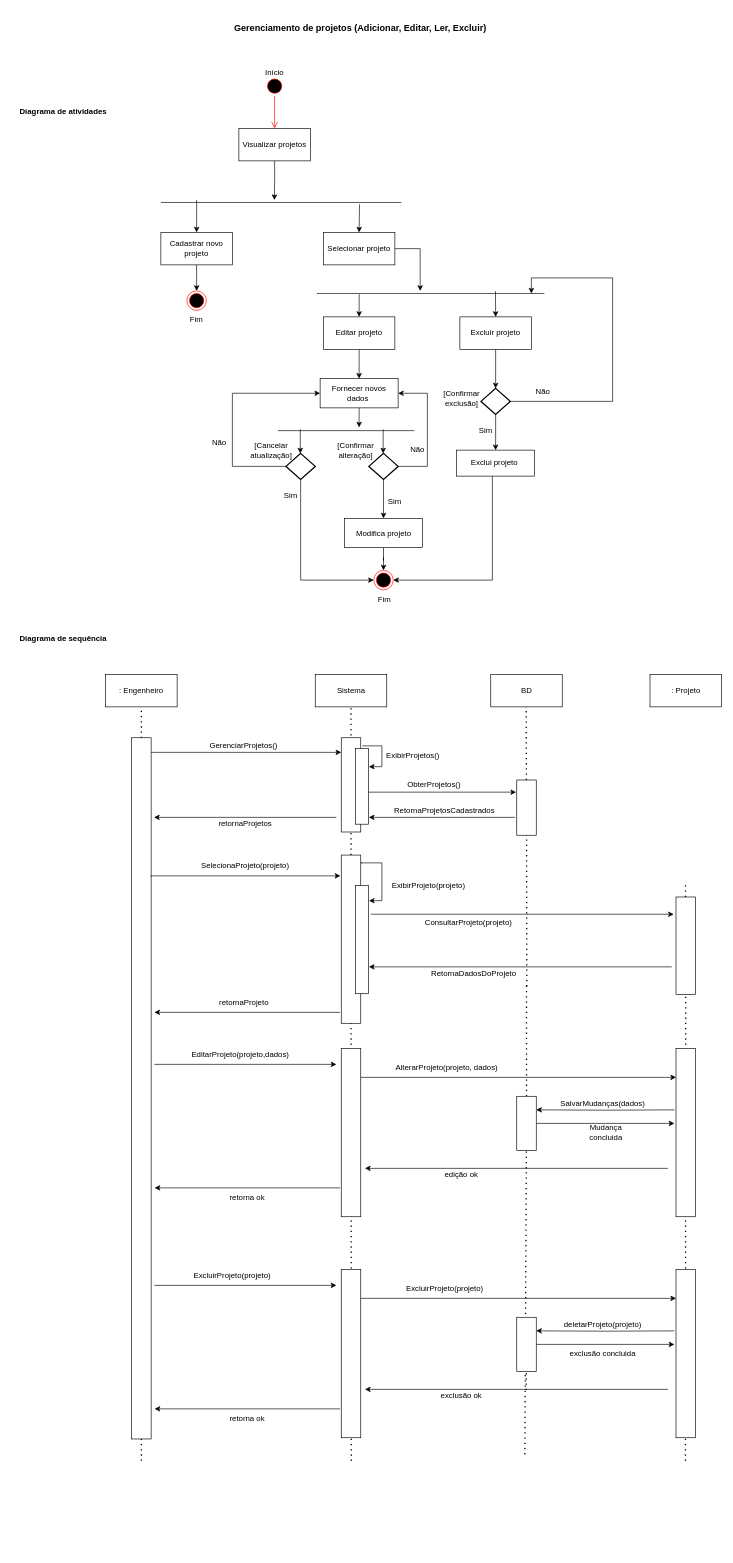
nickellen/faculdade keeps this draw.io diagram as eng_software/Diagrama sem nome.drawio. Above is the earlier version. Source tidied: cells renumbered, new cells numbered last; positions are measured from the earlier drawing's top-left corner, leaving out a move shared by most shapes. Both pictures are drawn from the tidied source at 65%, with x=0, y=0 at pixel (-209, 11).
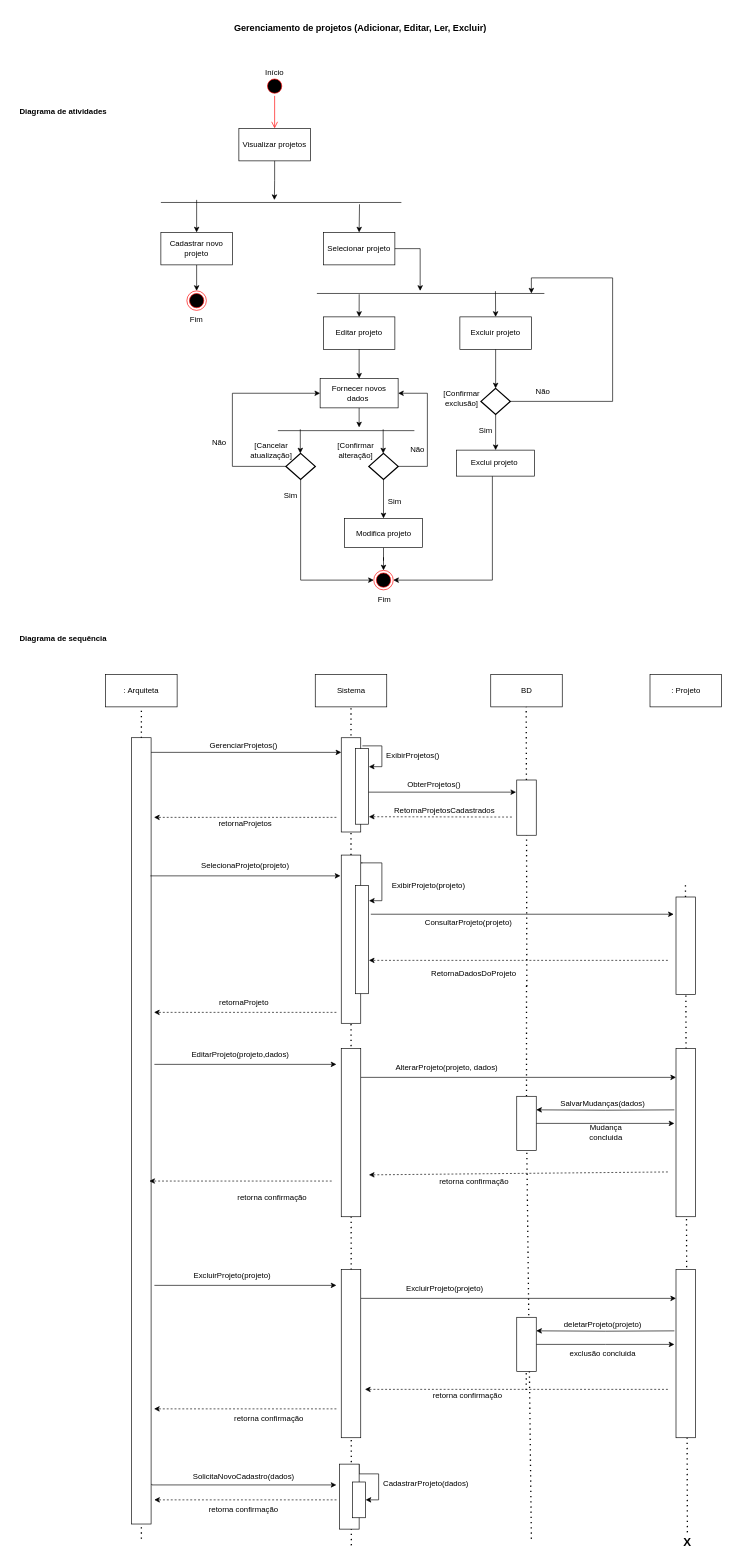
The same page after the edit.

The change refers to these unchanged cells:
```xml
<mxCell id="80" style="rounded=0;whiteSpace=wrap;html=1;rotation=90;" parent="1" vertex="1">
  <mxGeometry x="1301.5" y="1422.5" width="150" height="30" as="geometry" />
</mxCell>
<mxCell id="88" style="rounded=0;whiteSpace=wrap;html=1;rotation=90;" parent="1" vertex="1">
  <mxGeometry x="732.1" y="1412.4" width="258.8" height="30" as="geometry" />
</mxCell>
<mxCell id="103" style="rounded=0;whiteSpace=wrap;html=1;rotation=90;" parent="1" vertex="1">
  <mxGeometry x="1089.8" y="1695.8" width="83.4" height="30" as="geometry" />
</mxCell>
```

The edit, as a diff of the source:
```diff
@@
-    <mxCell id="55" value=": Engenheiro" style="html=1;whiteSpace=wrap;" parent="1" vertex="1">
+    <mxCell id="55" value=": Arquiteta" style="html=1;whiteSpace=wrap;" parent="1" vertex="1">
       <mxGeometry x="484" y="1020" width="110" height="50" as="geometry" />
     </mxCell>
@@
     <mxCell id="58" style="endArrow=none;dashed=1;html=1;dashPattern=1 3;strokeWidth=2;rounded=0;entryX=0.5;entryY=1;entryDx=0;entryDy=0;" parent="1" edge="1" target="55">
       <mxGeometry relative="1" as="geometry">
-        <mxPoint x="539" y="2230" as="sourcePoint" />
+        <mxPoint x="539" y="2350" as="sourcePoint" />
       </mxGeometry>
     </mxCell>
@@
+    <mxCell id="127" style="edgeStyle=orthogonalEdgeStyle;rounded=0;jettySize=auto;html=1;exitX=0.949;exitY=-0.032;exitDx=0;exitDy=0;exitPerimeter=0;" parent="1" edge="1" source="61">
+      <mxGeometry relative="1" as="geometry">
+        <mxPoint x="839" y="2267" as="targetPoint" />
+        <Array as="points">
+          <mxPoint x="554" y="2267" />
+        </Array>
+      </mxGeometry>
+    </mxCell>
     <mxCell id="61" style="rounded=0;whiteSpace=wrap;html=1;rotation=90;" parent="1" vertex="1">
-      <mxGeometry x="-0.4" y="1641.9" width="1078.8" height="30" as="geometry" />
+      <mxGeometry x="-65.9" y="1707.3" width="1209.7" height="30" as="geometry" />
     </mxCell>
@@
-    <mxCell id="72" style="endArrow=classic;html=1;rounded=0;" parent="1" edge="1">
-      <mxGeometry relative="1" as="geometry">
-        <mxPoint x="1114" y="1240" as="sourcePoint" />
-        <mxPoint x="889" y="1240" as="targetPoint" />
-      </mxGeometry>
-    </mxCell>
@@
-    <mxCell id="75" style="endArrow=classic;html=1;rounded=0;" parent="1" edge="1">
+    <mxCell id="75" style="endArrow=classic;dashed=1;html=1;rounded=0;labelBackgroundColor=default;strokeColor=default;align=center;verticalAlign=middle;fontFamily=Helvetica;fontSize=11;fontColor=default;" parent="1" edge="1">
       <mxGeometry relative="1" as="geometry">
         <mxPoint x="839" y="1240" as="sourcePoint" />
         <mxPoint x="558.5" y="1240" as="targetPoint" />
       </mxGeometry>
     </mxCell>
@@
     <mxCell id="79" style="endArrow=none;dashed=1;html=1;dashPattern=1 3;strokeWidth=2;rounded=0;" parent="1" edge="1" target="80">
       <mxGeometry relative="1" as="geometry">
-        <mxPoint x="1376" y="2230" as="sourcePoint" />
+        <mxPoint x="1379" y="2340" as="sourcePoint" />
       </mxGeometry>
     </mxCell>
@@
-    <mxCell id="82" style="endArrow=classic;html=1;rounded=0;" parent="1" edge="1">
-      <mxGeometry relative="1" as="geometry">
-        <mxPoint x="1355" y="1470" as="sourcePoint" />
-        <mxPoint x="889" y="1470" as="targetPoint" />
-      </mxGeometry>
-    </mxCell>
@@
-    <mxCell id="84" style="endArrow=classic;html=1;rounded=0;" parent="1" edge="1">
-      <mxGeometry relative="1" as="geometry">
-        <mxPoint x="844.5" y="1540" as="sourcePoint" />
-        <mxPoint x="559" y="1540" as="targetPoint" />
-      </mxGeometry>
-    </mxCell>
@@
     <mxCell id="87" style="endArrow=none;dashed=1;html=1;dashPattern=1 3;strokeWidth=2;rounded=0;" parent="1" edge="1" target="88">
       <mxGeometry relative="1" as="geometry">
-        <mxPoint x="862" y="2230" as="sourcePoint" />
+        <mxPoint x="862" y="2360" as="sourcePoint" />
       </mxGeometry>
     </mxCell>
@@
     <mxCell id="101" style="endArrow=none;dashed=1;html=1;dashPattern=1 3;strokeWidth=2;rounded=0;" parent="1" edge="1" target="103">
       <mxGeometry relative="1" as="geometry">
-        <mxPoint x="1129" y="2220" as="sourcePoint" />
+        <mxPoint x="1139" y="2350" as="sourcePoint" />
       </mxGeometry>
     </mxCell>
@@
-    <mxCell id="107" style="endArrow=classic;html=1;rounded=0;" parent="1" edge="1">
-      <mxGeometry relative="1" as="geometry">
-        <mxPoint x="1349" y="1780" as="sourcePoint" />
-        <mxPoint x="883" y="1780" as="targetPoint" />
-      </mxGeometry>
-    </mxCell>
-    <mxCell id="108" value="edição ok" style="text;html=1;strokeColor=none;fillColor=none;align=center;verticalAlign=middle;whiteSpace=wrap;rounded=0;" parent="1" vertex="1">
-      <mxGeometry x="983" y="1780" width="97" height="20" as="geometry" />
+    <mxCell id="108" value="retorna confirmação" style="text;html=1;strokeColor=none;fillColor=none;align=center;verticalAlign=middle;whiteSpace=wrap;rounded=0;" parent="1" vertex="1">
+      <mxGeometry x="982.5" y="1790" width="136" height="20" as="geometry" />
     </mxCell>
-    <mxCell id="109" style="endArrow=classic;html=1;rounded=0;" parent="1" edge="1">
-      <mxGeometry relative="1" as="geometry">
-        <mxPoint x="844.9" y="1810" as="sourcePoint" />
-        <mxPoint x="559.4" y="1810" as="targetPoint" />
-      </mxGeometry>
-    </mxCell>
-    <mxCell id="110" value="retorna ok" style="text;html=1;strokeColor=none;fillColor=none;align=center;verticalAlign=middle;whiteSpace=wrap;rounded=0;" parent="1" vertex="1">
-      <mxGeometry x="672.1" y="1810" width="60" height="30" as="geometry" />
+    <mxCell id="110" value="retorna confirmação" style="text;html=1;strokeColor=none;fillColor=none;align=center;verticalAlign=middle;whiteSpace=wrap;rounded=0;" parent="1" vertex="1">
+      <mxGeometry x="672.1" y="1810" width="136.9" height="30" as="geometry" />
     </mxCell>
@@
-    <mxCell id="122" style="endArrow=classic;html=1;rounded=0;" parent="1" edge="1">
-      <mxGeometry relative="1" as="geometry">
-        <mxPoint x="1349" y="2120" as="sourcePoint" />
-        <mxPoint x="883" y="2120" as="targetPoint" />
-      </mxGeometry>
-    </mxCell>
-    <mxCell id="123" value="exclusão ok" style="text;html=1;strokeColor=none;fillColor=none;align=center;verticalAlign=middle;whiteSpace=wrap;rounded=0;" parent="1" vertex="1">
-      <mxGeometry x="983" y="2120" width="97" height="20" as="geometry" />
+    <mxCell id="123" value="retorna confirmação" style="text;html=1;strokeColor=none;fillColor=none;align=center;verticalAlign=middle;whiteSpace=wrap;rounded=0;" parent="1" vertex="1">
+      <mxGeometry x="983" y="2120" width="116" height="20" as="geometry" />
     </mxCell>
-    <mxCell id="124" style="endArrow=classic;html=1;rounded=0;" parent="1" edge="1">
-      <mxGeometry relative="1" as="geometry">
-        <mxPoint x="844.9" y="2150" as="sourcePoint" />
-        <mxPoint x="559.4" y="2150" as="targetPoint" />
-      </mxGeometry>
-    </mxCell>
-    <mxCell id="125" value="retorna ok" style="text;html=1;strokeColor=none;fillColor=none;align=center;verticalAlign=middle;whiteSpace=wrap;rounded=0;" parent="1" vertex="1">
-      <mxGeometry x="672.1" y="2150" width="60" height="30" as="geometry" />
+    <mxCell id="125" value="retorna confirmação" style="text;html=1;strokeColor=none;fillColor=none;align=center;verticalAlign=middle;whiteSpace=wrap;rounded=0;" parent="1" vertex="1">
+      <mxGeometry x="672.1" y="2150" width="126.9" height="30" as="geometry" />
     </mxCell>
@@
+    <mxCell id="128" style="edgeStyle=orthogonalEdgeStyle;rounded=0;jettySize=auto;html=1;exitX=0;exitY=0;exitDx=0;exitDy=0;entryX=0.5;entryY=0;entryDx=0;entryDy=0;" parent="1" edge="1" source="129" target="132">
+      <mxGeometry relative="1" as="geometry">
+        <Array as="points">
+          <mxPoint x="874" y="2250" />
+          <mxPoint x="904" y="2250" />
+          <mxPoint x="904" y="2290" />
+        </Array>
+      </mxGeometry>
+    </mxCell>
+    <mxCell id="129" style="rounded=0;whiteSpace=wrap;html=1;rotation=90;" parent="1" vertex="1">
+      <mxGeometry x="809" y="2270" width="100" height="30" as="geometry" />
+    </mxCell>
+    <mxCell id="130" value="SolicitaNovoCadastro(dados)" style="text;html=1;strokeColor=none;fillColor=none;align=center;verticalAlign=middle;whiteSpace=wrap;rounded=0;" parent="1" vertex="1">
+      <mxGeometry x="634" y="2240" width="125" height="30" as="geometry" />
+    </mxCell>
+    <mxCell id="131" value="retorna confirmação" style="text;html=1;strokeColor=none;fillColor=none;align=center;verticalAlign=middle;whiteSpace=wrap;rounded=0;" parent="1" vertex="1">
+      <mxGeometry x="634" y="2290" width="125" height="30" as="geometry" />
+    </mxCell>
+    <mxCell id="132" style="rounded=0;whiteSpace=wrap;html=1;rotation=90;" parent="1" vertex="1">
+      <mxGeometry x="846.5" y="2280" width="55" height="20" as="geometry" />
+    </mxCell>
+    <mxCell id="133" value="CadastrarProjeto(dados)" style="text;html=1;strokeColor=none;fillColor=none;align=center;verticalAlign=middle;whiteSpace=wrap;rounded=0;" parent="1" vertex="1">
+      <mxGeometry x="909" y="2240" width="136" height="50" as="geometry" />
+    </mxCell>
+    <mxCell id="134" style="endArrow=classic;dashed=1;html=1;rounded=0;labelBackgroundColor=default;strokeColor=default;align=center;verticalAlign=middle;fontFamily=Helvetica;fontSize=11;fontColor=default;" parent="1" edge="1">
+      <mxGeometry relative="1" as="geometry">
+        <mxPoint x="839" y="1540" as="sourcePoint" />
+        <mxPoint x="558.5" y="1540" as="targetPoint" />
+      </mxGeometry>
+    </mxCell>
+    <mxCell id="135" style="endArrow=classic;dashed=1;html=1;rounded=0;labelBackgroundColor=default;strokeColor=default;align=center;verticalAlign=middle;fontFamily=Helvetica;fontSize=11;fontColor=default;" parent="1" edge="1">
+      <mxGeometry relative="1" as="geometry">
+        <mxPoint x="831.8" y="1799.5" as="sourcePoint" />
+        <mxPoint x="551.2" y="1799.5" as="targetPoint" />
+      </mxGeometry>
+    </mxCell>
+    <mxCell id="136" style="endArrow=classic;dashed=1;html=1;rounded=0;labelBackgroundColor=default;strokeColor=default;align=center;verticalAlign=middle;fontFamily=Helvetica;fontSize=11;fontColor=default;" parent="1" edge="1">
+      <mxGeometry relative="1" as="geometry">
+        <mxPoint x="839" y="2150" as="sourcePoint" />
+        <mxPoint x="558.5" y="2150" as="targetPoint" />
+      </mxGeometry>
+    </mxCell>
+    <mxCell id="137" style="endArrow=classic;dashed=1;html=1;rounded=0;labelBackgroundColor=default;strokeColor=default;align=center;verticalAlign=middle;fontFamily=Helvetica;fontSize=11;fontColor=default;" parent="1" edge="1">
+      <mxGeometry relative="1" as="geometry">
+        <mxPoint x="839.2" y="2290" as="sourcePoint" />
+        <mxPoint x="558.8" y="2290" as="targetPoint" />
+      </mxGeometry>
+    </mxCell>
+    <mxCell id="138" style="endArrow=classic;dashed=1;html=1;rounded=0;labelBackgroundColor=default;strokeColor=default;align=center;verticalAlign=middle;fontFamily=Helvetica;fontSize=11;fontColor=default;" parent="1" edge="1">
+      <mxGeometry relative="1" as="geometry">
+        <mxPoint x="1349" y="2120" as="sourcePoint" />
+        <mxPoint x="883" y="2120" as="targetPoint" />
+      </mxGeometry>
+    </mxCell>
+    <mxCell id="139" style="endArrow=classic;dashed=1;html=1;rounded=0;labelBackgroundColor=default;strokeColor=default;align=center;verticalAlign=middle;fontFamily=Helvetica;fontSize=11;fontColor=default;" parent="1" edge="1">
+      <mxGeometry relative="1" as="geometry">
+        <mxPoint x="1349" y="1785.5" as="sourcePoint" />
+        <mxPoint x="889" y="1790" as="targetPoint" />
+      </mxGeometry>
+    </mxCell>
+    <mxCell id="140" style="endArrow=classic;dashed=1;html=1;rounded=0;labelBackgroundColor=default;strokeColor=default;align=center;verticalAlign=middle;fontFamily=Helvetica;fontSize=11;fontColor=default;" parent="1" edge="1">
+      <mxGeometry relative="1" as="geometry">
+        <mxPoint x="1349" y="1460" as="sourcePoint" />
+        <mxPoint x="889" y="1460" as="targetPoint" />
+      </mxGeometry>
+    </mxCell>
+    <mxCell id="141" style="endArrow=classic;dashed=1;html=1;rounded=0;labelBackgroundColor=default;strokeColor=default;align=center;verticalAlign=middle;fontFamily=Helvetica;fontSize=11;fontColor=default;" parent="1" edge="1">
+      <mxGeometry relative="1" as="geometry">
+        <mxPoint x="1109" y="1239.5" as="sourcePoint" />
+        <mxPoint x="889" y="1239" as="targetPoint" />
+      </mxGeometry>
+    </mxCell>
+    <mxCell id="142" value="&lt;font style=&quot;font-size: 18px;&quot;&gt;X&lt;/font&gt;" style="text;html=1;strokeColor=none;fillColor=none;align=center;verticalAlign=middle;whiteSpace=wrap;rounded=0;fontSize=11;fontFamily=Helvetica;fontColor=default;fontStyle=1;" parent="1" vertex="1">
+      <mxGeometry x="1349" y="2340" width="60" height="30" as="geometry" />
+    </mxCell>
```
